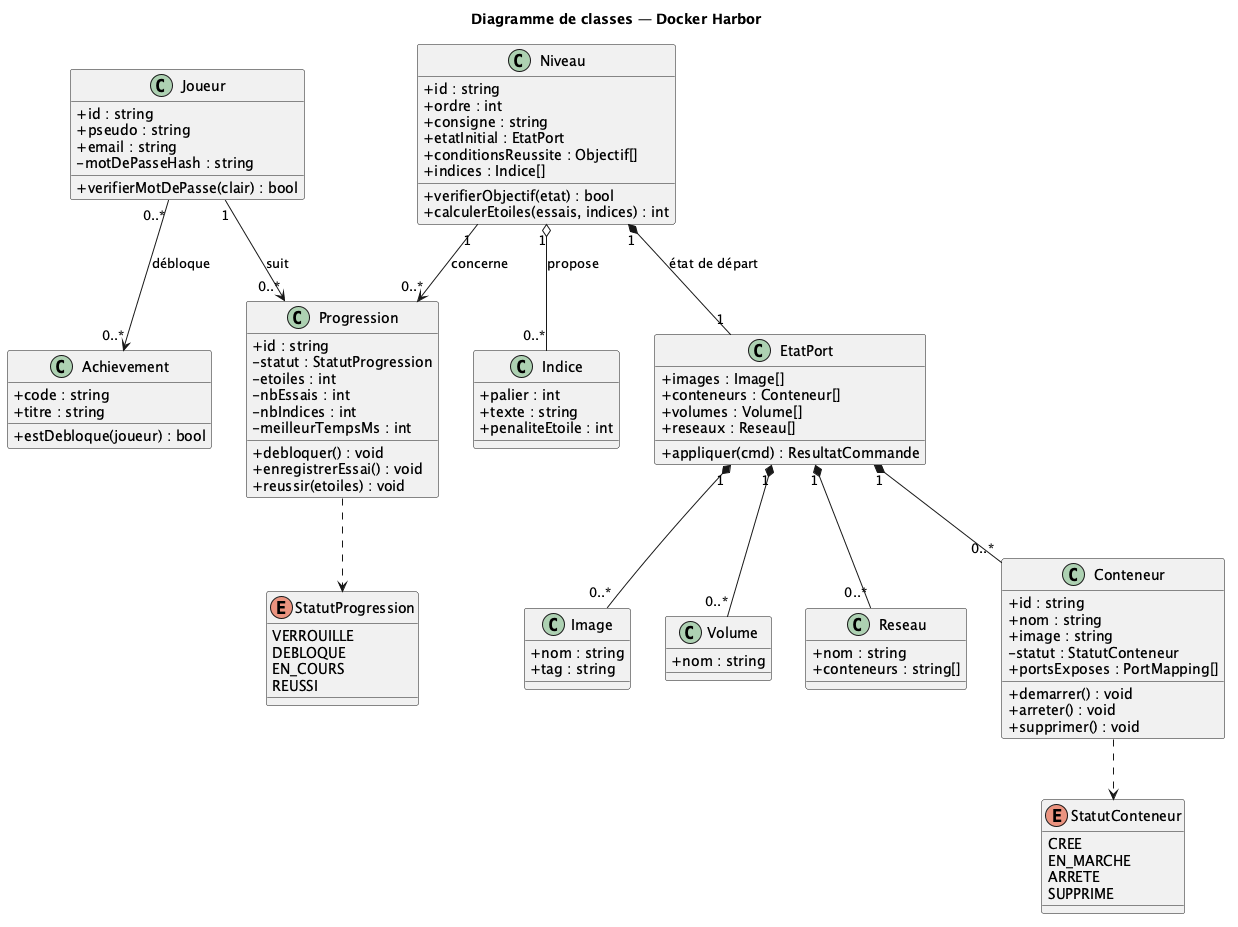
Above: docs/modelisation/img/donnees-classes.png in AndreLiar/coordinationBackFront (PlantUML), before the change. Its diagram source:
```plantuml
@startuml donnees-classes

skinparam shadowing false
skinparam classAttributeIconSize 0
title Diagramme de classes — Docker Harbor

enum StatutProgression {
  VERROUILLE
  DEBLOQUE
  EN_COURS
  REUSSI
}

enum StatutConteneur {
  CREE
  EN_MARCHE
  ARRETE
  SUPPRIME
}

class Joueur {
  +id : string
  +pseudo : string
  +email : string
  -motDePasseHash : string
  +verifierMotDePasse(clair) : bool
}

class Progression {
  +id : string
  -statut : StatutProgression
  -etoiles : int
  -nbEssais : int
  -nbIndices : int
  -meilleurTempsMs : int
  +debloquer() : void
  +enregistrerEssai() : void
  +reussir(etoiles) : void
}

class Niveau {
  +id : string
  +ordre : int
  +consigne : string
  +etatInitial : EtatPort
  +conditionsReussite : Objectif[]
  +indices : Indice[]
  +verifierObjectif(etat) : bool
  +calculerEtoiles(essais, indices) : int
}

class EtatPort {
  +images : Image[]
  +conteneurs : Conteneur[]
  +volumes : Volume[]
  +reseaux : Reseau[]
  +appliquer(cmd) : ResultatCommande
}

class Conteneur {
  +id : string
  +nom : string
  +image : string
  -statut : StatutConteneur
  +portsExposes : PortMapping[]
  +demarrer() : void
  +arreter() : void
  +supprimer() : void
}

class Image {
  +nom : string
  +tag : string
}

class Volume {
  +nom : string
}

class Reseau {
  +nom : string
  +conteneurs : string[]
}

class Indice {
  +palier : int
  +texte : string
  +penaliteEtoile : int
}

class Achievement {
  +code : string
  +titre : string
  +estDebloque(joueur) : bool
}

Joueur "1" --> "0..*" Progression : suit
Niveau "1" --> "0..*" Progression : concerne
Joueur "0..*" --> "0..*" Achievement : débloque

Niveau "1" *-- "1" EtatPort : état de départ
EtatPort "1" *-- "0..*" Conteneur
EtatPort "1" *-- "0..*" Image
EtatPort "1" *-- "0..*" Volume
EtatPort "1" *-- "0..*" Reseau

Niveau "1" o-- "0..*" Indice : propose

Progression ..> StatutProgression
Conteneur ..> StatutConteneur

@enduml
```
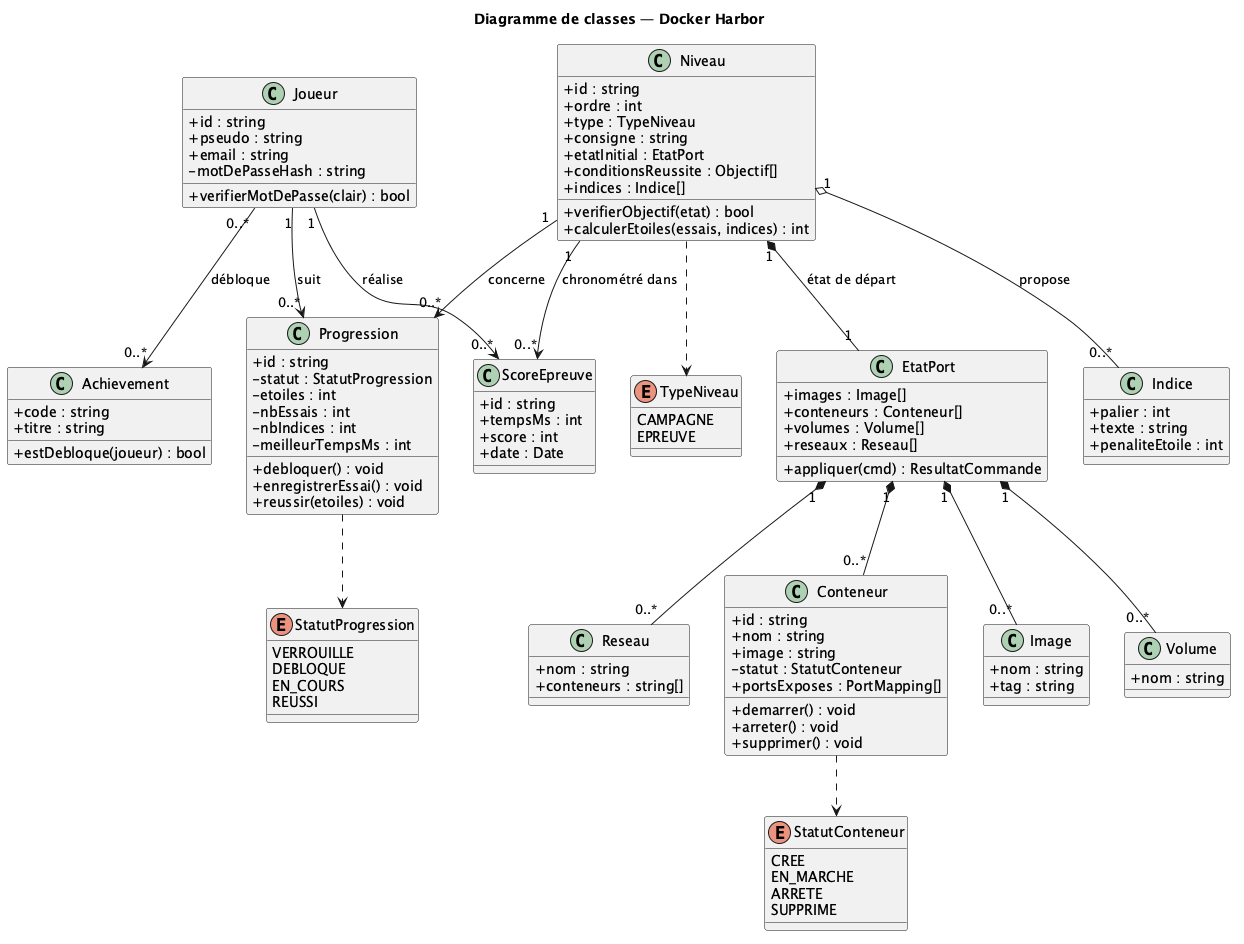
Above is the later version.

The edit, as a diff of the source:
```diff
@@ -16,6 +16,11 @@
   EN_MARCHE
   ARRETE
   SUPPRIME
+}
+
+enum TypeNiveau {
+  CAMPAGNE
+  EPREUVE
 }
 
 class Joueur {
@@ -41,12 +46,20 @@
 class Niveau {
   +id : string
   +ordre : int
+  +type : TypeNiveau
   +consigne : string
   +etatInitial : EtatPort
   +conditionsReussite : Objectif[]
   +indices : Indice[]
   +verifierObjectif(etat) : bool
   +calculerEtoiles(essais, indices) : int
+}
+
+class ScoreEpreuve {
+  +id : string
+  +tempsMs : int
+  +score : int
+  +date : Date
 }
 
 class EtatPort {
@@ -98,6 +111,9 @@
 Niveau "1" --> "0..*" Progression : concerne
 Joueur "0..*" --> "0..*" Achievement : débloque
 
+Joueur "1" --> "0..*" ScoreEpreuve : réalise
+Niveau "1" --> "0..*" ScoreEpreuve : chronométré dans
+
 Niveau "1" *-- "1" EtatPort : état de départ
 EtatPort "1" *-- "0..*" Conteneur
 EtatPort "1" *-- "0..*" Image
@@ -108,5 +124,6 @@
 
 Progression ..> StatutProgression
 Conteneur ..> StatutConteneur
+Niveau ..> TypeNiveau
 
 @enduml
```
